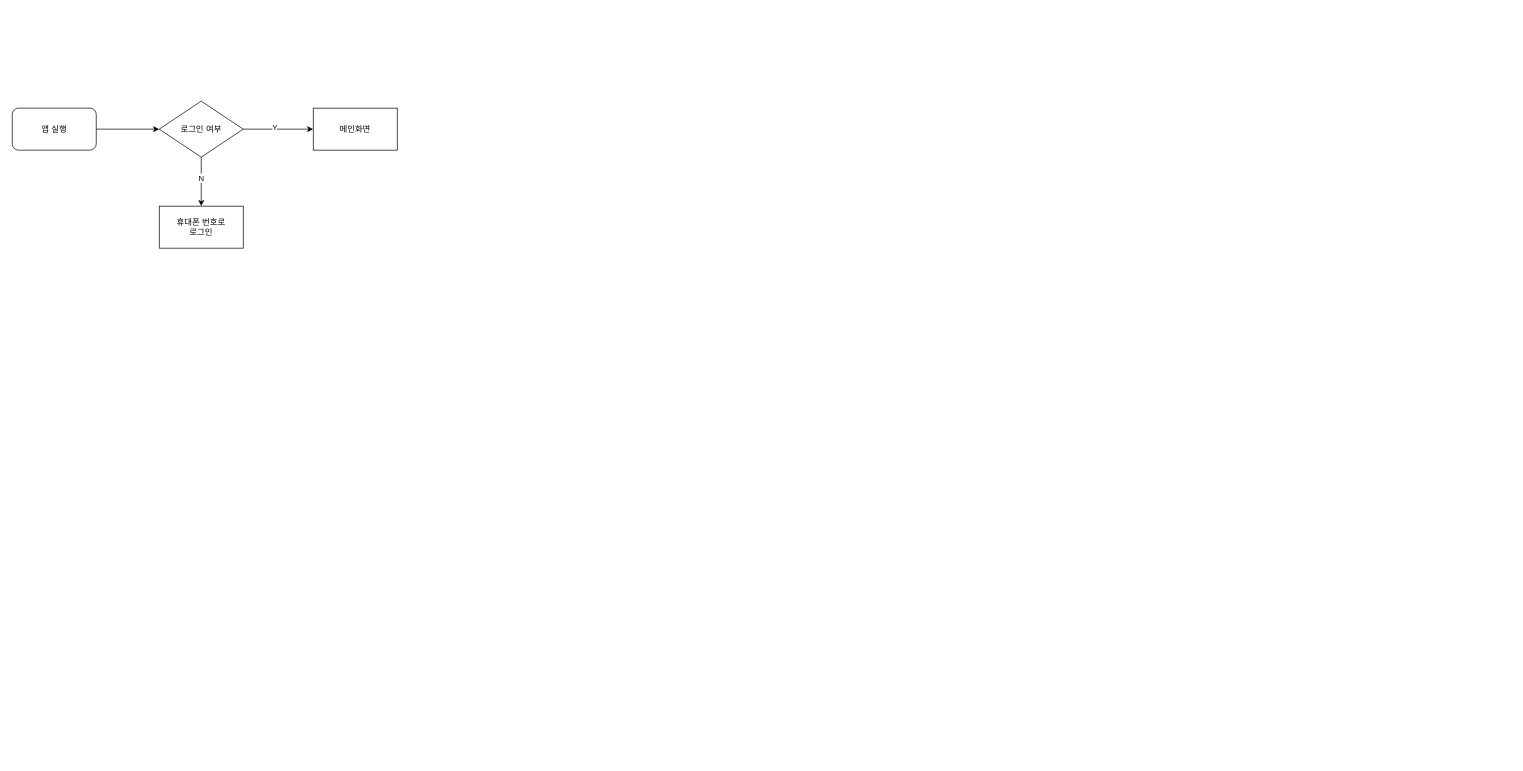
This is Chat순서도.drawio from GwangBin-0607/Chat, a draw.io file, before an edit. Source tidied: cells renumbered, new cells numbered last; positions are measured from the earlier drawing's top-left corner, leaving out a move shared by most shapes. Both pictures are drawn from the tidied source at 70%, with x=0, y=0 at pixel (12, 101).
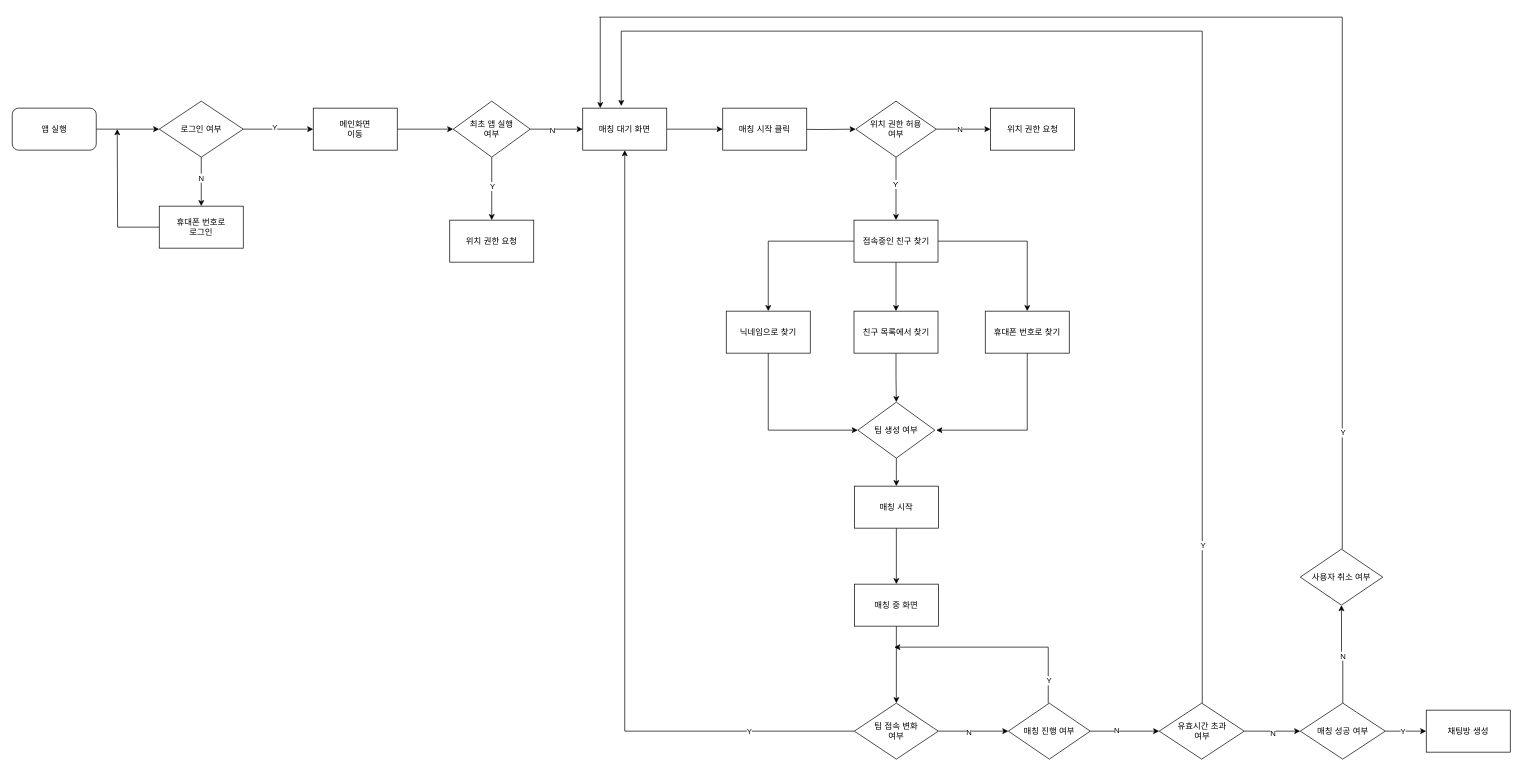
Above is the later version.

Commit message:
Chat순서도.drawio 업데이트

Unchanged cells that the change refers to:
```xml
<mxCell id="9" value="휴대폰 번호로&lt;br&gt;로그인" style="rounded=0;whiteSpace=wrap;html=1;" parent="1" vertex="1">
  <mxGeometry x="210" y="150" width="120" height="60" as="geometry" />
</mxCell>
```

Change to the diagram source:
```diff
@@
+    <mxCell id="11" style="edgeStyle=orthogonalEdgeStyle;rounded=0;jettySize=auto;html=1;" parent="1" edge="1" source="9">
+      <mxGeometry relative="1" as="geometry">
+        <mxPoint x="150" y="40" as="targetPoint" />
+      </mxGeometry>
+    </mxCell>
@@
+    <mxCell id="12" style="edgeStyle=orthogonalEdgeStyle;rounded=0;jettySize=auto;html=1;entryX=0;entryY=0.5;entryDx=0;entryDy=0;" parent="1" edge="1" source="10">
+      <mxGeometry relative="1" as="geometry">
+        <mxPoint x="630" y="40" as="targetPoint" />
+      </mxGeometry>
+    </mxCell>
-    <mxCell id="10" value="메인화면" style="rounded=0;whiteSpace=wrap;html=1;" parent="1" vertex="1">
+    <mxCell id="10" value="메인화면&lt;br&gt;이동" style="rounded=0;whiteSpace=wrap;html=1;" parent="1" vertex="1">
       <mxGeometry x="430" y="10" width="120" height="60" as="geometry" />
     </mxCell>
+    <mxCell id="13" style="edgeStyle=orthogonalEdgeStyle;rounded=0;jettySize=auto;html=1;" parent="1" edge="1" source="17" target="18">
+      <mxGeometry relative="1" as="geometry" />
+    </mxCell>
+    <mxCell id="14" value="Y" style="edgeLabel;html=1;align=center;verticalAlign=middle;" parent="13" vertex="1">
+      <mxGeometry x="-0.09" relative="1" as="geometry" />
+    </mxCell>
+    <mxCell id="15" style="edgeStyle=orthogonalEdgeStyle;rounded=0;jettySize=auto;html=1;" parent="1" edge="1" source="17" target="21">
+      <mxGeometry relative="1" as="geometry" />
+    </mxCell>
+    <mxCell id="16" value="N" style="edgeLabel;html=1;align=center;verticalAlign=middle;" parent="15" vertex="1">
+      <mxGeometry x="-0.17" y="-1" relative="1" as="geometry" />
+    </mxCell>
+    <mxCell id="17" value="최초 앱 실행&lt;br&gt;여부" style="rhombus;whiteSpace=wrap;html=1;" parent="1" vertex="1">
+      <mxGeometry x="630" width="110" height="80" as="geometry" />
+    </mxCell>
+    <mxCell id="18" value="위치 권한 요청" style="whiteSpace=wrap;html=1;" parent="1" vertex="1">
+      <mxGeometry x="625" y="170" width="120" height="60" as="geometry" />
+    </mxCell>
+    <mxCell id="19" style="edgeStyle=orthogonalEdgeStyle;rounded=0;jettySize=auto;html=1;" parent="1" edge="1" target="26">
+      <mxGeometry relative="1" as="geometry">
+        <mxPoint x="1105" y="40" as="sourcePoint" />
+      </mxGeometry>
+    </mxCell>
+    <mxCell id="20" style="edgeStyle=orthogonalEdgeStyle;rounded=0;jettySize=auto;html=1;" parent="1" edge="1" source="21" target="49">
+      <mxGeometry relative="1" as="geometry" />
+    </mxCell>
+    <mxCell id="21" value="매칭 대기 화면" style="whiteSpace=wrap;html=1;" parent="1" vertex="1">
+      <mxGeometry x="815" y="10" width="120" height="60" as="geometry" />
+    </mxCell>
+    <mxCell id="22" style="edgeStyle=orthogonalEdgeStyle;rounded=0;jettySize=auto;html=1;" parent="1" edge="1" source="26" target="27">
+      <mxGeometry relative="1" as="geometry" />
+    </mxCell>
+    <mxCell id="23" value="N" style="edgeLabel;html=1;align=center;verticalAlign=middle;" parent="22" vertex="1">
+      <mxGeometry x="-0.15" relative="1" as="geometry" />
+    </mxCell>
+    <mxCell id="24" style="edgeStyle=orthogonalEdgeStyle;rounded=0;jettySize=auto;html=1;" parent="1" edge="1" source="26" target="31">
+      <mxGeometry relative="1" as="geometry" />
+    </mxCell>
+    <mxCell id="25" value="Y" style="edgeLabel;html=1;align=center;verticalAlign=middle;" parent="24" vertex="1">
+      <mxGeometry x="-0.16" y="-3" relative="1" as="geometry">
+        <mxPoint x="2" as="offset" />
+      </mxGeometry>
+    </mxCell>
+    <mxCell id="26" value="위치 권한 허용&lt;br&gt;여부" style="rhombus;whiteSpace=wrap;html=1;" parent="1" vertex="1">
+      <mxGeometry x="1205" width="115" height="80" as="geometry" />
+    </mxCell>
+    <mxCell id="27" value="위치 권한 요청" style="whiteSpace=wrap;html=1;" parent="1" vertex="1">
+      <mxGeometry x="1397.5" y="10" width="120" height="60" as="geometry" />
+    </mxCell>
+    <mxCell id="28" style="edgeStyle=orthogonalEdgeStyle;rounded=0;jettySize=auto;html=1;entryX=0.5;entryY=0;entryDx=0;entryDy=0;" parent="1" edge="1" source="31" target="34">
+      <mxGeometry relative="1" as="geometry" />
+    </mxCell>
+    <mxCell id="29" style="edgeStyle=orthogonalEdgeStyle;rounded=0;jettySize=auto;html=1;entryX=0.5;entryY=0;entryDx=0;entryDy=0;" parent="1" edge="1" source="31" target="33">
+      <mxGeometry relative="1" as="geometry" />
+    </mxCell>
+    <mxCell id="30" style="edgeStyle=orthogonalEdgeStyle;rounded=0;jettySize=auto;html=1;entryX=0.5;entryY=0;entryDx=0;entryDy=0;" parent="1" edge="1" source="31" target="35">
+      <mxGeometry relative="1" as="geometry" />
+    </mxCell>
+    <mxCell id="31" value="접속중인 친구 찾기" style="whiteSpace=wrap;html=1;" parent="1" vertex="1">
+      <mxGeometry x="1202.5" y="170" width="120" height="60" as="geometry" />
+    </mxCell>
+    <mxCell id="32" style="edgeStyle=orthogonalEdgeStyle;rounded=0;jettySize=auto;html=1;entryX=0.5;entryY=0;entryDx=0;entryDy=0;" parent="1" edge="1" source="33" target="37">
+      <mxGeometry relative="1" as="geometry" />
+    </mxCell>
+    <mxCell id="33" value="친구 목록에서 찾기" style="rounded=0;whiteSpace=wrap;html=1;" parent="1" vertex="1">
+      <mxGeometry x="1202.5" y="300" width="120" height="60" as="geometry" />
+    </mxCell>
+    <mxCell id="34" value="닉네임으로 찾기" style="rounded=0;whiteSpace=wrap;html=1;" parent="1" vertex="1">
+      <mxGeometry x="1020" y="300" width="120" height="60" as="geometry" />
+    </mxCell>
+    <mxCell id="35" value="휴대폰 번호로 찾기" style="rounded=0;whiteSpace=wrap;html=1;" parent="1" vertex="1">
+      <mxGeometry x="1390" y="300" width="120" height="60" as="geometry" />
+    </mxCell>
+    <mxCell id="36" style="edgeStyle=orthogonalEdgeStyle;rounded=0;jettySize=auto;html=1;entryX=0.5;entryY=0;entryDx=0;entryDy=0;" parent="1" edge="1" source="37">
+      <mxGeometry relative="1" as="geometry">
+        <mxPoint x="1263" y="550" as="targetPoint" />
+      </mxGeometry>
+    </mxCell>
+    <mxCell id="37" value="팀 생성 여부" style="rhombus;whiteSpace=wrap;html=1;" parent="1" vertex="1">
+      <mxGeometry x="1208" y="430" width="110" height="80" as="geometry" />
+    </mxCell>
+    <mxCell id="38" style="endArrow=none;html=1;rounded=0;" parent="1" edge="1">
+      <mxGeometry relative="1" as="geometry">
+        <mxPoint x="1080" y="470" as="sourcePoint" />
+        <mxPoint x="1080" y="360" as="targetPoint" />
+      </mxGeometry>
+    </mxCell>
+    <mxCell id="39" style="endArrow=classic;html=1;rounded=0;entryX=0;entryY=0.5;entryDx=0;entryDy=0;" parent="1" edge="1" target="37">
+      <mxGeometry relative="1" as="geometry">
+        <mxPoint x="1080" y="470" as="sourcePoint" />
+      </mxGeometry>
+    </mxCell>
+    <mxCell id="40" style="endArrow=none;html=1;rounded=0;" parent="1" edge="1">
+      <mxGeometry relative="1" as="geometry">
+        <mxPoint x="1450" y="470" as="sourcePoint" />
+        <mxPoint x="1450" y="360" as="targetPoint" />
+      </mxGeometry>
+    </mxCell>
+    <mxCell id="41" style="endArrow=classic;html=1;rounded=0;" parent="1" edge="1">
+      <mxGeometry relative="1" as="geometry">
+        <mxPoint x="1450" y="470" as="sourcePoint" />
+        <mxPoint x="1320" y="470" as="targetPoint" />
+      </mxGeometry>
+    </mxCell>
+    <mxCell id="42" style="edgeStyle=orthogonalEdgeStyle;rounded=0;jettySize=auto;html=1;" parent="1" edge="1" source="43" target="51">
+      <mxGeometry relative="1" as="geometry" />
+    </mxCell>
+    <mxCell id="43" value="매칭 시작" style="whiteSpace=wrap;html=1;" parent="1" vertex="1">
+      <mxGeometry x="1203" y="550" width="120" height="60" as="geometry" />
+    </mxCell>
+    <mxCell id="44" style="edgeStyle=orthogonalEdgeStyle;rounded=0;jettySize=auto;html=1;entryX=0.5;entryY=1;entryDx=0;entryDy=0;" parent="1" edge="1" source="48" target="21">
+      <mxGeometry relative="1" as="geometry" />
+    </mxCell>
+    <mxCell id="45" value="Y" style="edgeLabel;html=1;align=center;verticalAlign=middle;" parent="44" vertex="1">
+      <mxGeometry x="-0.74" y="2" relative="1" as="geometry">
+        <mxPoint y="-2" as="offset" />
+      </mxGeometry>
+    </mxCell>
+    <mxCell id="46" style="edgeStyle=orthogonalEdgeStyle;rounded=0;jettySize=auto;html=1;" parent="1" edge="1" source="48" target="54">
+      <mxGeometry relative="1" as="geometry" />
+    </mxCell>
+    <mxCell id="47" value="N" style="edgeLabel;html=1;align=center;verticalAlign=middle;" parent="46" vertex="1">
+      <mxGeometry x="-0.14" y="-1" relative="1" as="geometry" />
+    </mxCell>
+    <mxCell id="48" value="팀 접속 변화&lt;br&gt;여부" style="rhombus;whiteSpace=wrap;html=1;" parent="1" vertex="1">
+      <mxGeometry x="1203" y="860" width="120" height="80" as="geometry" />
+    </mxCell>
+    <mxCell id="49" value="매칭 시작 클릭" style="whiteSpace=wrap;html=1;" parent="1" vertex="1">
+      <mxGeometry x="1015" y="10" width="120" height="60" as="geometry" />
+    </mxCell>
+    <mxCell id="50" style="edgeStyle=orthogonalEdgeStyle;rounded=0;jettySize=auto;html=1;" parent="1" edge="1" source="51" target="48">
+      <mxGeometry relative="1" as="geometry" />
+    </mxCell>
+    <mxCell id="51" value="매칭 중 화면" style="whiteSpace=wrap;html=1;" parent="1" vertex="1">
+      <mxGeometry x="1203" y="690" width="120" height="60" as="geometry" />
+    </mxCell>
+    <mxCell id="52" style="edgeStyle=orthogonalEdgeStyle;rounded=0;jettySize=auto;html=1;" parent="1" edge="1" source="54" target="60">
+      <mxGeometry relative="1" as="geometry" />
+    </mxCell>
+    <mxCell id="53" value="N" style="edgeLabel;html=1;align=center;verticalAlign=middle;" parent="52" vertex="1">
+      <mxGeometry x="-0.23" y="2" relative="1" as="geometry">
+        <mxPoint x="-1" as="offset" />
+      </mxGeometry>
+    </mxCell>
+    <mxCell id="54" value="매칭 진행 여부" style="rhombus;whiteSpace=wrap;html=1;" parent="1" vertex="1">
+      <mxGeometry x="1423" y="860" width="117" height="80" as="geometry" />
+    </mxCell>
+    <mxCell id="55" style="endArrow=none;html=1;rounded=0;" parent="1" edge="1">
+      <mxGeometry relative="1" as="geometry">
+        <mxPoint x="1480" y="860" as="sourcePoint" />
+        <mxPoint x="1480" y="780" as="targetPoint" />
+      </mxGeometry>
+    </mxCell>
+    <mxCell id="56" value="Y" style="edgeLabel;html=1;align=center;verticalAlign=middle;" parent="55" vertex="1">
+      <mxGeometry x="-0.17" relative="1" as="geometry" />
+    </mxCell>
+    <mxCell id="57" style="endArrow=classic;html=1;rounded=0;" parent="1" edge="1">
+      <mxGeometry relative="1" as="geometry">
+        <mxPoint x="1480" y="780" as="sourcePoint" />
+        <mxPoint x="1260" y="780" as="targetPoint" />
+      </mxGeometry>
+    </mxCell>
+    <mxCell id="58" style="edgeStyle=orthogonalEdgeStyle;rounded=0;jettySize=auto;html=1;" parent="1" edge="1" source="60" target="69">
+      <mxGeometry relative="1" as="geometry" />
+    </mxCell>
+    <mxCell id="59" value="N" style="edgeLabel;html=1;align=center;verticalAlign=middle;" parent="58" vertex="1">
+      <mxGeometry x="0.02" y="-2" relative="1" as="geometry">
+        <mxPoint x="-1" as="offset" />
+      </mxGeometry>
+    </mxCell>
+    <mxCell id="60" value="유효시간 초과&lt;br&gt;여부" style="rhombus;whiteSpace=wrap;html=1;" parent="1" vertex="1">
+      <mxGeometry x="1638.5" y="860" width="121.5" height="80" as="geometry" />
+    </mxCell>
+    <mxCell id="61" style="endArrow=none;html=1;rounded=0;" parent="1" edge="1">
+      <mxGeometry relative="1" as="geometry">
+        <mxPoint x="1700" y="860" as="sourcePoint" />
+        <mxPoint x="1700" y="-100" as="targetPoint" />
+      </mxGeometry>
+    </mxCell>
+    <mxCell id="62" value="Y" style="edgeLabel;html=1;align=center;verticalAlign=middle;" parent="61" vertex="1">
+      <mxGeometry x="-0.53" y="-2" relative="1" as="geometry">
+        <mxPoint x="-2" as="offset" />
+      </mxGeometry>
+    </mxCell>
+    <mxCell id="63" style="endArrow=none;html=1;rounded=0;" parent="1" edge="1">
+      <mxGeometry relative="1" as="geometry">
+        <mxPoint x="1700" y="-100" as="sourcePoint" />
+        <mxPoint x="870" y="-100" as="targetPoint" />
+      </mxGeometry>
+    </mxCell>
+    <mxCell id="64" style="endArrow=classic;html=1;rounded=0;entryX=0.375;entryY=-0.05;entryDx=0;entryDy=0;entryPerimeter=0;" parent="1" edge="1">
+      <mxGeometry relative="1" as="geometry">
+        <mxPoint x="870" y="-100" as="sourcePoint" />
+        <mxPoint x="870" y="7" as="targetPoint" />
+      </mxGeometry>
+    </mxCell>
+    <mxCell id="65" style="edgeStyle=orthogonalEdgeStyle;rounded=0;jettySize=auto;html=1;" parent="1" edge="1" source="69" target="70">
+      <mxGeometry relative="1" as="geometry" />
+    </mxCell>
+    <mxCell id="66" value="Y" style="edgeLabel;html=1;align=center;verticalAlign=middle;" parent="65" vertex="1">
+      <mxGeometry x="-0.15" relative="1" as="geometry" />
+    </mxCell>
+    <mxCell id="67" style="edgeStyle=orthogonalEdgeStyle;rounded=0;jettySize=auto;html=1;" parent="1" edge="1" source="69" target="71">
+      <mxGeometry relative="1" as="geometry" />
+    </mxCell>
+    <mxCell id="68" value="N" style="edgeLabel;html=1;align=center;verticalAlign=middle;" parent="67" vertex="1">
+      <mxGeometry x="-0.01" y="2" relative="1" as="geometry" />
+    </mxCell>
+    <mxCell id="69" value="매칭 성공 여부" style="rhombus;whiteSpace=wrap;html=1;" parent="1" vertex="1">
+      <mxGeometry x="1840" y="860" width="121.5" height="80" as="geometry" />
+    </mxCell>
+    <mxCell id="70" value="채팅방 생성" style="whiteSpace=wrap;html=1;" parent="1" vertex="1">
+      <mxGeometry x="2020" y="870" width="120" height="60" as="geometry" />
+    </mxCell>
+    <mxCell id="71" value="사용자 취소 여부" style="rhombus;whiteSpace=wrap;html=1;" parent="1" vertex="1">
+      <mxGeometry x="1840" y="640" width="117.8" height="80" as="geometry" />
+    </mxCell>
+    <mxCell id="72" style="endArrow=none;html=1;rounded=0;" parent="1" edge="1">
+      <mxGeometry relative="1" as="geometry">
+        <mxPoint x="1900" y="640" as="sourcePoint" />
+        <mxPoint x="1900" y="-120" as="targetPoint" />
+      </mxGeometry>
+    </mxCell>
+    <mxCell id="73" value="Y" style="edgeLabel;html=1;align=center;verticalAlign=middle;" parent="72" vertex="1">
+      <mxGeometry x="-0.56" y="-2" relative="1" as="geometry">
+        <mxPoint x="-2" as="offset" />
+      </mxGeometry>
+    </mxCell>
+    <mxCell id="74" style="endArrow=none;html=1;rounded=0;" parent="1" edge="1">
+      <mxGeometry relative="1" as="geometry">
+        <mxPoint x="838.7" y="-120" as="sourcePoint" />
+        <mxPoint x="1900" y="-120" as="targetPoint" />
+      </mxGeometry>
+    </mxCell>
+    <mxCell id="75" style="endArrow=classic;html=1;rounded=0;" parent="1" edge="1">
+      <mxGeometry relative="1" as="geometry">
+        <mxPoint x="840" y="-120" as="sourcePoint" />
+        <mxPoint x="840" y="10" as="targetPoint" />
+      </mxGeometry>
+    </mxCell>
```
